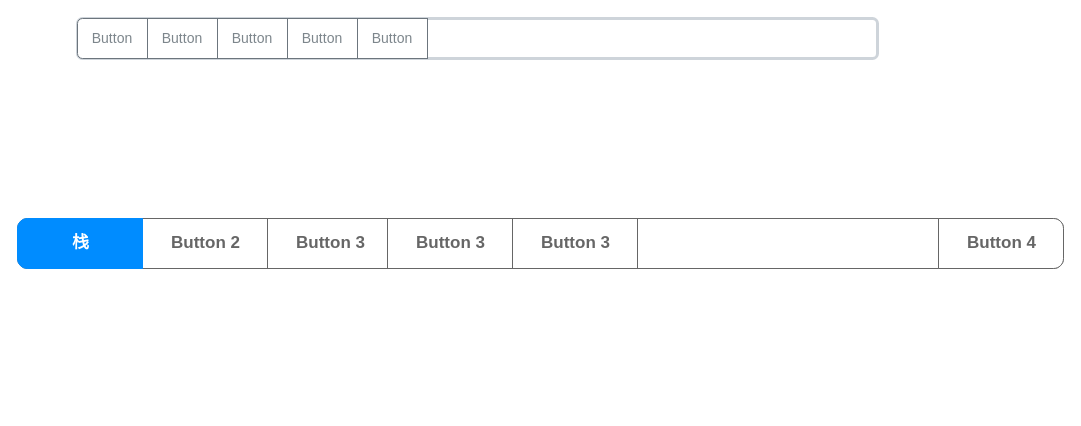
Above: Rust/Rust Struct.drawio in 1595901624/GitTest (draw.io), before the change. Source tidied: cells renumbered, new cells numbered last; positions are measured from the earlier drawing's top-left corner, leaving out a move shared by most shapes. Both pictures are drawn from the tidied source at 100%, with x=0, y=0 at pixel (17, 18).
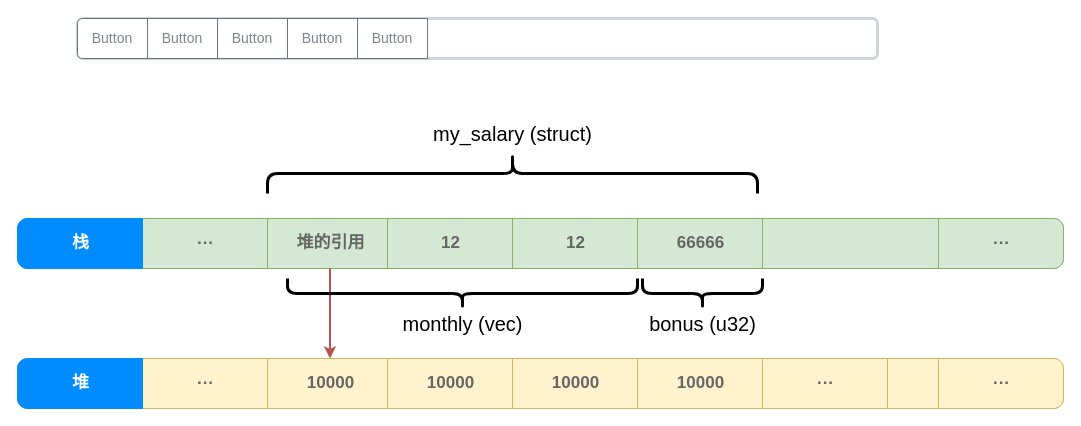
The same page after the edit.

The edit, as a diff of the source:
```diff
@@
-    <mxCell id="8" style="strokeWidth=1;shadow=0;dashed=0;align=center;html=1;shape=mxgraph.mockup.rrect;rSize=10;fillColor=#ffffff;strokeColor=#666666;comic=0;" parent="1" vertex="1">
+    <mxCell id="8" style="strokeWidth=1;shadow=0;dashed=0;align=center;html=1;shape=mxgraph.mockup.rrect;rSize=10;fillColor=#d5e8d4;strokeColor=#82b366;comic=0;" parent="1" vertex="1">
       <mxGeometry y="200" width="1046" height="50" as="geometry" />
     </mxCell>
-    <mxCell id="9" value="Button 2" style="strokeColor=inherit;fillColor=inherit;gradientColor=inherit;strokeWidth=1;shadow=0;dashed=0;align=center;html=1;shape=mxgraph.mockup.rrect;rSize=0;fontSize=17;fontColor=#666666;fontStyle=1;comic=0;" parent="8" vertex="1">
+    <mxCell id="9" value="···" style="strokeColor=inherit;fillColor=inherit;gradientColor=inherit;strokeWidth=1;shadow=0;dashed=0;align=center;html=1;shape=mxgraph.mockup.rrect;rSize=0;fontSize=17;fontColor=#666666;fontStyle=1;comic=0;" parent="8" vertex="1">
       <mxGeometry width="125" height="50" relative="1" as="geometry">
         <mxPoint x="125" as="offset" />
       </mxGeometry>
     </mxCell>
-    <mxCell id="10" value="Button 3" style="strokeColor=inherit;fillColor=inherit;gradientColor=inherit;strokeWidth=1;shadow=0;dashed=0;align=center;html=1;shape=mxgraph.mockup.rrect;rSize=0;fontSize=17;fontColor=#666666;fontStyle=1;comic=0;" parent="8" vertex="1">
+    <mxCell id="10" value="堆的引用" style="strokeColor=inherit;fillColor=inherit;gradientColor=inherit;strokeWidth=1;shadow=0;dashed=0;align=center;html=1;shape=mxgraph.mockup.rrect;rSize=0;fontSize=17;fontColor=#666666;fontStyle=1;comic=0;" parent="8" vertex="1">
       <mxGeometry width="125" height="50" relative="1" as="geometry">
         <mxPoint x="250" as="offset" />
       </mxGeometry>
     </mxCell>
-    <mxCell id="11" value="Button 4" style="strokeColor=inherit;fillColor=inherit;gradientColor=inherit;strokeWidth=1;shadow=0;dashed=0;align=center;html=1;shape=mxgraph.mockup.rightButton;rSize=10;fontSize=17;fontColor=#666666;fontStyle=1;comic=0;" parent="8" vertex="1">
+    <mxCell id="11" value="···" style="strokeColor=inherit;fillColor=inherit;gradientColor=inherit;strokeWidth=1;shadow=0;dashed=0;align=center;html=1;shape=mxgraph.mockup.rightButton;rSize=10;fontSize=17;fontColor=#666666;fontStyle=1;comic=0;" parent="8" vertex="1">
       <mxGeometry x="1" width="125" height="50" relative="1" as="geometry">
         <mxPoint x="-125" as="offset" />
       </mxGeometry>
     </mxCell>
@@
-    <mxCell id="13" value="Button 3" style="strokeColor=inherit;fillColor=inherit;gradientColor=inherit;strokeWidth=1;shadow=0;dashed=0;align=center;html=1;shape=mxgraph.mockup.rrect;rSize=0;fontSize=17;fontColor=#666666;fontStyle=1;comic=0;" parent="8" vertex="1">
+    <mxCell id="13" value="12" style="strokeColor=inherit;fillColor=inherit;gradientColor=inherit;strokeWidth=1;shadow=0;dashed=0;align=center;html=1;shape=mxgraph.mockup.rrect;rSize=0;fontSize=17;fontColor=#666666;fontStyle=1;comic=0;" parent="8" vertex="1">
       <mxGeometry x="370" width="125" height="50" as="geometry" />
     </mxCell>
-    <mxCell id="14" value="Button 3" style="strokeColor=inherit;fillColor=inherit;gradientColor=inherit;strokeWidth=1;shadow=0;dashed=0;align=center;html=1;shape=mxgraph.mockup.rrect;rSize=0;fontSize=17;fontColor=#666666;fontStyle=1;comic=0;" parent="8" vertex="1">
+    <mxCell id="14" value="12" style="strokeColor=inherit;fillColor=inherit;gradientColor=inherit;strokeWidth=1;shadow=0;dashed=0;align=center;html=1;shape=mxgraph.mockup.rrect;rSize=0;fontSize=17;fontColor=#666666;fontStyle=1;comic=0;" parent="8" vertex="1">
       <mxGeometry x="495" width="125" height="50" as="geometry" />
     </mxCell>
+    <mxCell id="15" value="66666" style="strokeColor=inherit;fillColor=inherit;gradientColor=inherit;strokeWidth=1;shadow=0;dashed=0;align=center;html=1;shape=mxgraph.mockup.rrect;rSize=0;fontSize=17;fontColor=#666666;fontStyle=1;comic=0;" parent="8" vertex="1">
+      <mxGeometry x="620" width="125" height="50" as="geometry" />
+    </mxCell>
+    <mxCell id="16" style="strokeWidth=1;shadow=0;dashed=0;align=center;html=1;shape=mxgraph.mockup.rrect;rSize=10;fillColor=#fff2cc;strokeColor=#d6b656;comic=0;" parent="1" vertex="1">
+      <mxGeometry y="340" width="1046" height="50" as="geometry" />
+    </mxCell>
+    <mxCell id="17" value="···" style="strokeColor=inherit;fillColor=inherit;gradientColor=inherit;strokeWidth=1;shadow=0;dashed=0;align=center;html=1;shape=mxgraph.mockup.rrect;rSize=0;fontSize=17;fontColor=#666666;fontStyle=1;comic=0;" parent="16" vertex="1">
+      <mxGeometry width="125" height="50" relative="1" as="geometry">
+        <mxPoint x="125" as="offset" />
+      </mxGeometry>
+    </mxCell>
+    <mxCell id="18" value="10000" style="strokeColor=inherit;fillColor=inherit;gradientColor=inherit;strokeWidth=1;shadow=0;dashed=0;align=center;html=1;shape=mxgraph.mockup.rrect;rSize=0;fontSize=17;fontColor=#666666;fontStyle=1;comic=0;" parent="16" vertex="1">
+      <mxGeometry width="125" height="50" relative="1" as="geometry">
+        <mxPoint x="250" as="offset" />
+      </mxGeometry>
+    </mxCell>
+    <mxCell id="19" value="···" style="strokeColor=inherit;fillColor=inherit;gradientColor=inherit;strokeWidth=1;shadow=0;dashed=0;align=center;html=1;shape=mxgraph.mockup.rightButton;rSize=10;fontSize=17;fontColor=#666666;fontStyle=1;comic=0;" parent="16" vertex="1">
+      <mxGeometry x="1" width="125" height="50" relative="1" as="geometry">
+        <mxPoint x="-125" as="offset" />
+      </mxGeometry>
+    </mxCell>
+    <mxCell id="20" value="堆" style="strokeWidth=1;shadow=0;dashed=0;align=center;html=1;shape=mxgraph.mockup.leftButton;rSize=10;fontSize=17;fontColor=#ffffff;fontStyle=1;fillColor=#008cff;strokeColor=#008cff;comic=0;" parent="16" vertex="1">
+      <mxGeometry width="125" height="50" relative="1" as="geometry" />
+    </mxCell>
+    <mxCell id="21" value="10000" style="strokeColor=inherit;fillColor=inherit;gradientColor=inherit;strokeWidth=1;shadow=0;dashed=0;align=center;html=1;shape=mxgraph.mockup.rrect;rSize=0;fontSize=17;fontColor=#666666;fontStyle=1;comic=0;" parent="16" vertex="1">
+      <mxGeometry x="370" width="125" height="50" as="geometry" />
+    </mxCell>
+    <mxCell id="22" value="10000" style="strokeColor=inherit;fillColor=inherit;gradientColor=inherit;strokeWidth=1;shadow=0;dashed=0;align=center;html=1;shape=mxgraph.mockup.rrect;rSize=0;fontSize=17;fontColor=#666666;fontStyle=1;comic=0;" parent="16" vertex="1">
+      <mxGeometry x="495" width="125" height="50" as="geometry" />
+    </mxCell>
+    <mxCell id="23" value="10000" style="strokeColor=inherit;fillColor=inherit;gradientColor=inherit;strokeWidth=1;shadow=0;dashed=0;align=center;html=1;shape=mxgraph.mockup.rrect;rSize=0;fontSize=17;fontColor=#666666;fontStyle=1;comic=0;" parent="16" vertex="1">
+      <mxGeometry x="620" width="125" height="50" as="geometry" />
+    </mxCell>
+    <mxCell id="24" value="···" style="strokeColor=inherit;fillColor=inherit;gradientColor=inherit;strokeWidth=1;shadow=0;dashed=0;align=center;html=1;shape=mxgraph.mockup.rrect;rSize=0;fontSize=17;fontColor=#666666;fontStyle=1;comic=0;" parent="16" vertex="1">
+      <mxGeometry x="745" width="125" height="50" as="geometry" />
+    </mxCell>
+    <mxCell id="25" style="endArrow=classic;html=1;rounded=0;fillColor=#f8cecc;strokeColor=#b85450;strokeWidth=2;fontSize=1;fontStyle=0;" parent="1" edge="1" source="10" target="18">
+      <mxGeometry relative="1" as="geometry" />
+    </mxCell>
+    <mxCell id="26" style="shape=curlyBracket;whiteSpace=wrap;html=1;rounded=1;shadow=0;comic=0;strokeWidth=3;rotation=90;" parent="1" vertex="1">
+      <mxGeometry x="475" y="-90" width="40" height="490" as="geometry" />
+    </mxCell>
+    <mxCell id="27" value="my_salary (struct)" style="text;html=1;align=center;verticalAlign=middle;fillColor=none;strokeColor=none;rounded=0;shadow=0;comic=0;fontSize=20;" parent="1" vertex="1">
+      <mxGeometry x="410" y="100" width="170" height="30" as="geometry" />
+    </mxCell>
+    <mxCell id="28" style="shape=curlyBracket;whiteSpace=wrap;html=1;rounded=1;shadow=0;comic=0;fontSize=1;strokeWidth=3;rotation=-90;" parent="1" vertex="1">
+      <mxGeometry x="430" y="100" width="30" height="350" as="geometry" />
+    </mxCell>
+    <mxCell id="29" value="monthly (vec)" style="text;html=1;align=center;verticalAlign=middle;fillColor=none;strokeColor=none;rounded=0;shadow=0;comic=0;fontSize=20;" parent="1" vertex="1">
+      <mxGeometry x="375" y="290" width="140" height="30" as="geometry" />
+    </mxCell>
+    <mxCell id="30" style="shape=curlyBracket;whiteSpace=wrap;html=1;rounded=1;shadow=0;comic=0;fontSize=1;strokeWidth=3;rotation=-90;" parent="1" vertex="1">
+      <mxGeometry x="670" y="215" width="30" height="120" as="geometry" />
+    </mxCell>
+    <mxCell id="31" value="bonus (u32)" style="text;html=1;align=center;verticalAlign=middle;fillColor=none;strokeColor=none;rounded=0;shadow=0;comic=0;fontSize=20;" parent="1" vertex="1">
+      <mxGeometry x="625" y="290" width="120" height="30" as="geometry" />
+    </mxCell>
```
